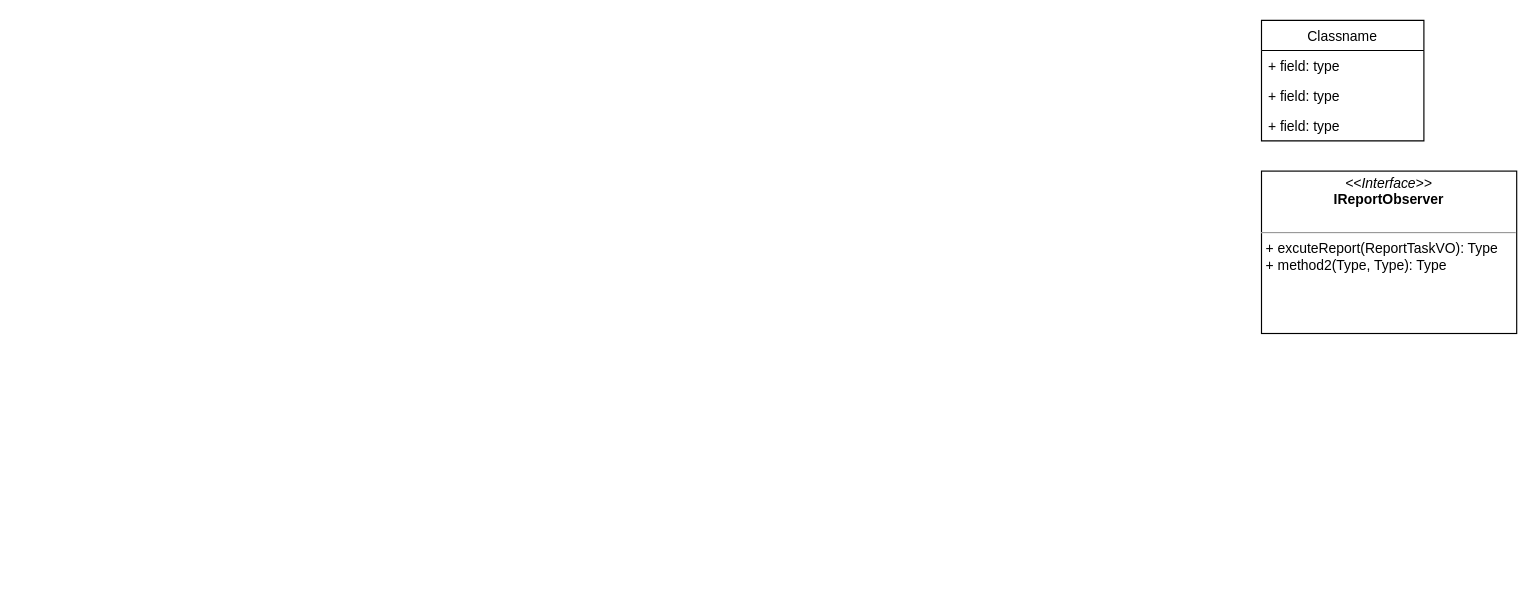
LeiYingBin/draw.io keeps this draw.io diagram as 报表导出观察者模式.drawio. Above is the earlier version. Source tidied: cells renumbered, new cells numbered last; positions are measured from the earlier drawing's top-left corner, leaving out a move shared by most shapes. Both pictures are drawn from the tidied source at 116%, with x=0, y=0 at pixel (1261, 20).
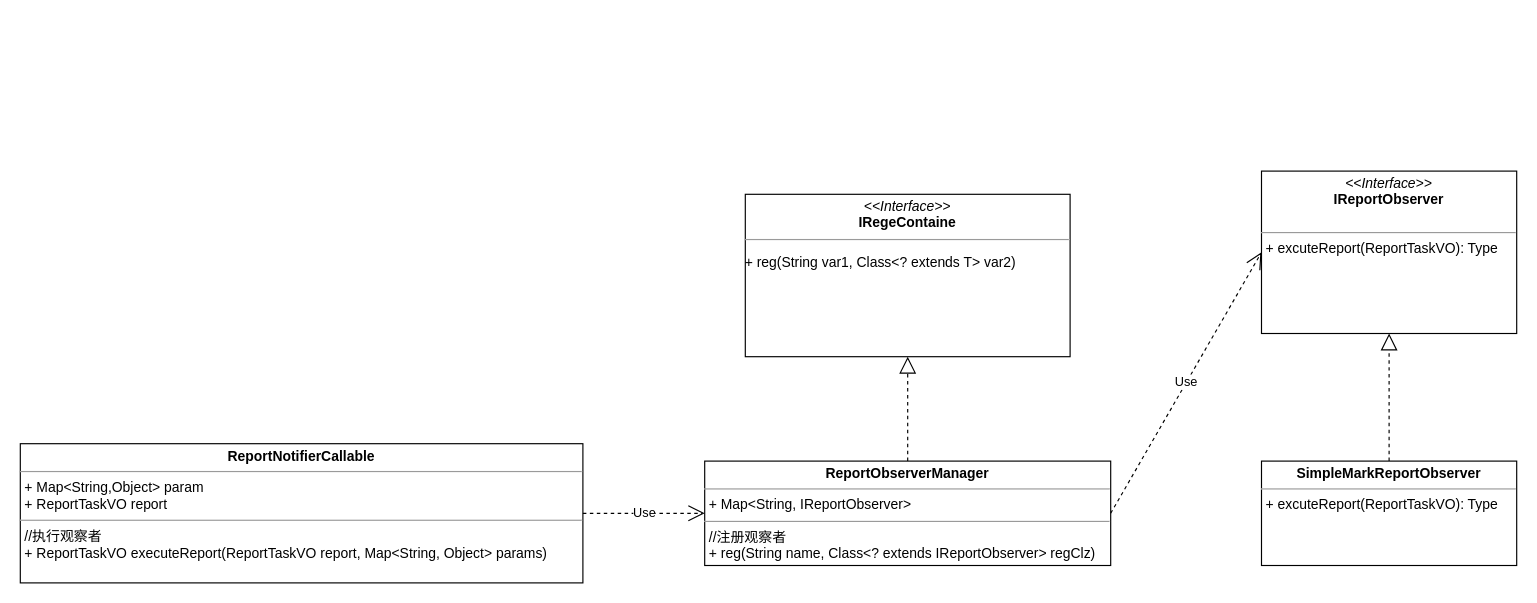
Above is the later version.

Commit message:
Update 报表导出观察者模式.drawio

What changed in the source:
```diff
@@
 <mxGraphModel>
   <root>
     <mxCell id="0" />
     <mxCell id="1" parent="0" />
-    <mxCell id="2" value="Classname" style="swimlane;fontStyle=0;horizontal=1;startSize=26;fillColor=none;" parent="1" vertex="1">
-      <mxGeometry width="140" height="104" as="geometry" />
-    </mxCell>
-    <mxCell id="3" value="+ field: type" style="text;strokeColor=none;fillColor=none;align=left;verticalAlign=top;spacingLeft=4;spacingRight=4;overflow=hidden;" parent="2" vertex="1">
-      <mxGeometry y="26" width="140" height="26" as="geometry" />
-    </mxCell>
-    <mxCell id="4" value="+ field: type" style="text;strokeColor=none;fillColor=none;align=left;verticalAlign=top;spacingLeft=4;spacingRight=4;overflow=hidden;" parent="2" vertex="1">
-      <mxGeometry y="52" width="140" height="26" as="geometry" />
-    </mxCell>
-    <mxCell id="5" value="+ field: type" style="text;strokeColor=none;fillColor=none;align=left;verticalAlign=top;spacingLeft=4;spacingRight=4;overflow=hidden;" parent="2" vertex="1">
-      <mxGeometry y="78" width="140" height="26" as="geometry" />
-    </mxCell>
-    <mxCell id="6" value="&lt;p style=&quot;margin: 0px ; margin-top: 4px ; text-align: center&quot;&gt;&lt;i&gt;&amp;lt;&amp;lt;Interface&amp;gt;&amp;gt;&lt;/i&gt;&lt;br&gt;&lt;b&gt;IReportObserver&lt;/b&gt;&lt;/p&gt;&lt;p style=&quot;margin: 0px ; margin-left: 4px&quot;&gt;&lt;br&gt;&lt;/p&gt;&lt;hr size=&quot;1&quot;&gt;&lt;p style=&quot;margin: 0px ; margin-left: 4px&quot;&gt;+ excuteReport(ReportTaskVO): Type&lt;br&gt;+ method2(Type, Type): Type&lt;/p&gt;" style="verticalAlign=top;align=left;overflow=fill;fontSize=12;fontFamily=Helvetica;html=1;" parent="1" vertex="1">
+    <mxCell id="6" value="&lt;p style=&quot;margin: 0px ; margin-top: 4px ; text-align: center&quot;&gt;&lt;i&gt;&amp;lt;&amp;lt;Interface&amp;gt;&amp;gt;&lt;/i&gt;&lt;br&gt;&lt;b&gt;IReportObserver&lt;/b&gt;&lt;/p&gt;&lt;p style=&quot;margin: 0px ; margin-left: 4px&quot;&gt;&lt;br&gt;&lt;/p&gt;&lt;hr size=&quot;1&quot;&gt;&lt;p style=&quot;margin: 0px ; margin-left: 4px&quot;&gt;+ excuteReport(ReportTaskVO): Type&lt;br&gt;&lt;/p&gt;" style="verticalAlign=top;align=left;overflow=fill;fontSize=12;fontFamily=Helvetica;html=1;" parent="1" vertex="1">
       <mxGeometry y="130" width="220" height="140" as="geometry" />
     </mxCell>
+    <mxCell id="7" value="&lt;p style=&quot;margin: 0px ; margin-top: 4px ; text-align: center&quot;&gt;&lt;b&gt;SimpleMarkReportObserver&lt;/b&gt;&lt;/p&gt;&lt;hr size=&quot;1&quot;&gt;&lt;p style=&quot;margin: 0px ; margin-left: 4px&quot;&gt;&lt;/p&gt;&lt;p style=&quot;margin: 0px ; margin-left: 4px&quot;&gt;+ excuteReport(ReportTaskVO): Type&lt;/p&gt;" style="verticalAlign=top;align=left;overflow=fill;fontSize=12;fontFamily=Helvetica;html=1;" parent="1" vertex="1">
+      <mxGeometry y="380" width="220" height="90" as="geometry" />
+    </mxCell>
+    <mxCell id="8" style="endArrow=block;dashed=1;endFill=0;endSize=12;html=1;entryX=0.5;entryY=1;entryDx=0;entryDy=0;exitX=0.5;exitY=0;exitDx=0;exitDy=0;" parent="1" edge="1" source="7" target="6">
+      <mxGeometry relative="1" as="geometry" />
+    </mxCell>
+    <mxCell id="9" value="&lt;p style=&quot;margin: 0px ; margin-top: 4px ; text-align: center&quot;&gt;&lt;b&gt;ReportObserverManager&lt;/b&gt;&lt;br&gt;&lt;/p&gt;&lt;hr size=&quot;1&quot;&gt;&lt;p style=&quot;margin: 0px ; margin-left: 4px&quot;&gt;+&amp;nbsp;&lt;span&gt;Map&amp;lt;String, IReportObserver&amp;gt;&lt;/span&gt;&lt;/p&gt;&lt;hr size=&quot;1&quot;&gt;&lt;p style=&quot;margin: 0px ; margin-left: 4px&quot;&gt;//注册观察者&lt;/p&gt;&lt;p style=&quot;margin: 0px ; margin-left: 4px&quot;&gt;+&amp;nbsp;&lt;span&gt;reg(String name, Class&amp;lt;? &lt;/span&gt;&lt;span&gt;extends &lt;/span&gt;&lt;span&gt;IReportObserver&amp;gt; regClz)&lt;/span&gt;&lt;/p&gt;" style="verticalAlign=top;align=left;overflow=fill;fontSize=12;fontFamily=Helvetica;html=1;" parent="1" vertex="1">
+      <mxGeometry x="-480" y="380" width="350" height="90" as="geometry" />
+    </mxCell>
+    <mxCell id="10" value="&lt;p style=&quot;margin: 0px ; margin-top: 4px ; text-align: center&quot;&gt;&lt;i&gt;&amp;lt;&amp;lt;Interface&amp;gt;&amp;gt;&lt;/i&gt;&lt;br&gt;&lt;b&gt;IRegeContaine&lt;/b&gt;&lt;/p&gt;&lt;hr size=&quot;1&quot;&gt;&lt;p&gt;+&amp;nbsp;&lt;span&gt;reg(String var1, Class&amp;lt;? &lt;/span&gt;&lt;span&gt;extends &lt;/span&gt;&lt;span&gt;T&amp;gt; var2)&lt;/span&gt;&lt;/p&gt;" style="verticalAlign=top;align=left;overflow=fill;fontSize=12;fontFamily=Helvetica;html=1;" parent="1" vertex="1">
+      <mxGeometry x="-445" y="150" width="280" height="140" as="geometry" />
+    </mxCell>
+    <mxCell id="11" style="endArrow=block;dashed=1;endFill=0;endSize=12;html=1;exitX=0.5;exitY=0;exitDx=0;exitDy=0;entryX=0.5;entryY=1;entryDx=0;entryDy=0;" parent="1" edge="1" source="9" target="10">
+      <mxGeometry relative="1" as="geometry" />
+    </mxCell>
+    <mxCell id="12" value="&lt;p style=&quot;margin: 0px ; margin-top: 4px ; text-align: center&quot;&gt;&lt;b&gt;ReportNotifierCallable&lt;/b&gt;&lt;/p&gt;&lt;hr size=&quot;1&quot;&gt;&lt;p style=&quot;margin: 0px ; margin-left: 4px&quot;&gt;+ Map&amp;lt;String,Object&amp;gt; param&lt;/p&gt;&lt;p style=&quot;margin: 0px ; margin-left: 4px&quot;&gt;+&amp;nbsp;&lt;span&gt;ReportTaskVO&amp;nbsp;&lt;/span&gt;&lt;span&gt;report&lt;/span&gt;&lt;/p&gt;&lt;hr size=&quot;1&quot;&gt;&lt;p style=&quot;margin: 0px ; margin-left: 4px&quot;&gt;//执行观察者&lt;/p&gt;&lt;p style=&quot;margin: 0px ; margin-left: 4px&quot;&gt;+&amp;nbsp;&lt;span&gt;ReportTaskVO executeReport(ReportTaskVO report, Map&amp;lt;String, Object&amp;gt; params)&lt;/span&gt;&lt;/p&gt;" style="verticalAlign=top;align=left;overflow=fill;fontSize=12;fontFamily=Helvetica;html=1;" parent="1" vertex="1">
+      <mxGeometry x="-1070" y="365" width="485" height="120" as="geometry" />
+    </mxCell>
+    <mxCell id="13" value="Use" style="endArrow=open;endSize=12;dashed=1;html=1;entryX=0;entryY=0.5;entryDx=0;entryDy=0;exitX=1;exitY=0.5;exitDx=0;exitDy=0;" parent="1" edge="1" source="12" target="9">
+      <mxGeometry relative="1" as="geometry" />
+    </mxCell>
+    <mxCell id="14" value="Use" style="endArrow=open;endSize=12;dashed=1;html=1;exitX=1;exitY=0.5;exitDx=0;exitDy=0;entryX=0;entryY=0.5;entryDx=0;entryDy=0;" parent="1" edge="1" source="9" target="6">
+      <mxGeometry relative="1" as="geometry" />
+    </mxCell>
   </root>
 </mxGraphModel>
```
